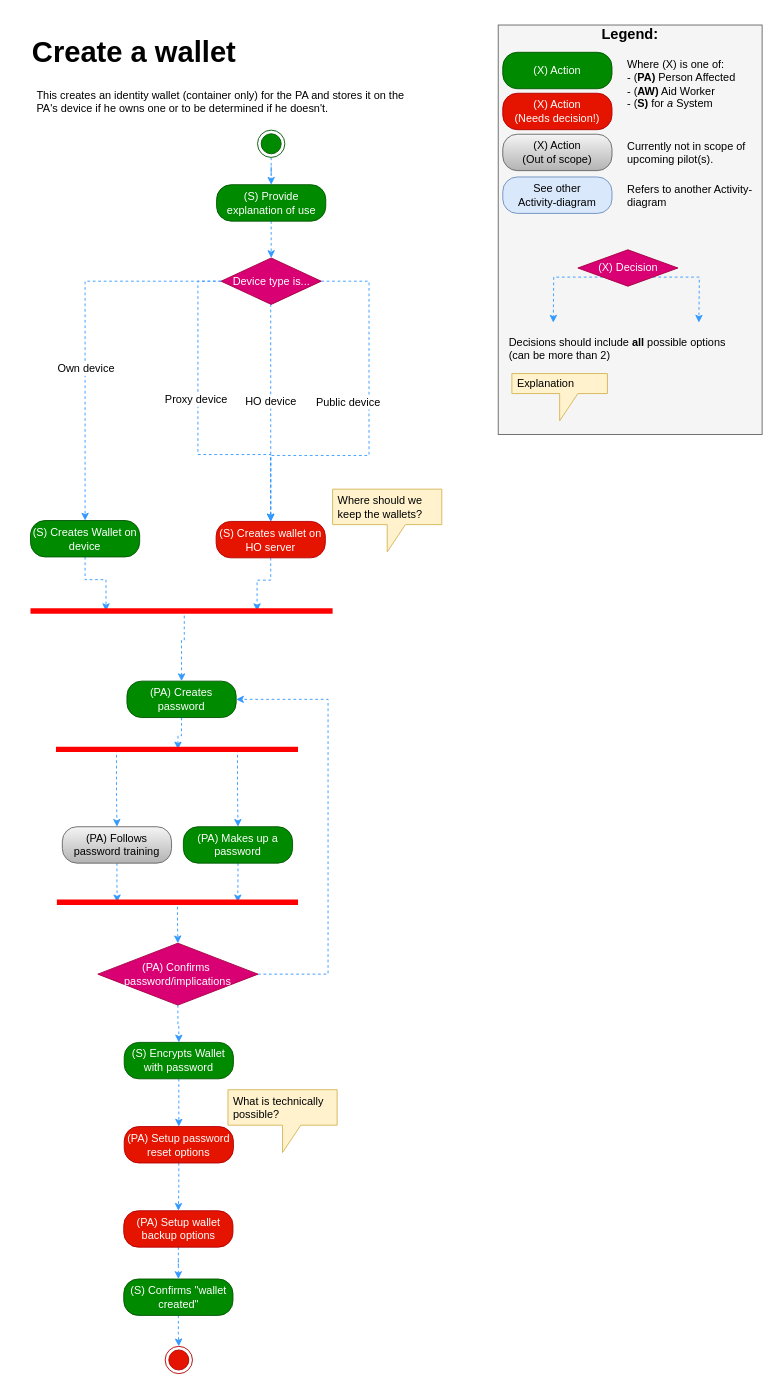
This is Activity Diagrams/Create a wallet activity.drawio from nsward/diagrams, a draw.io file, before an edit. Source tidied: cells renumbered, new cells numbered last; positions are measured from the earlier drawing's top-left corner, leaving out a move shared by most shapes. Both pictures are drawn from the tidied source at 91%, with x=0, y=0 at pixel (15, 15).
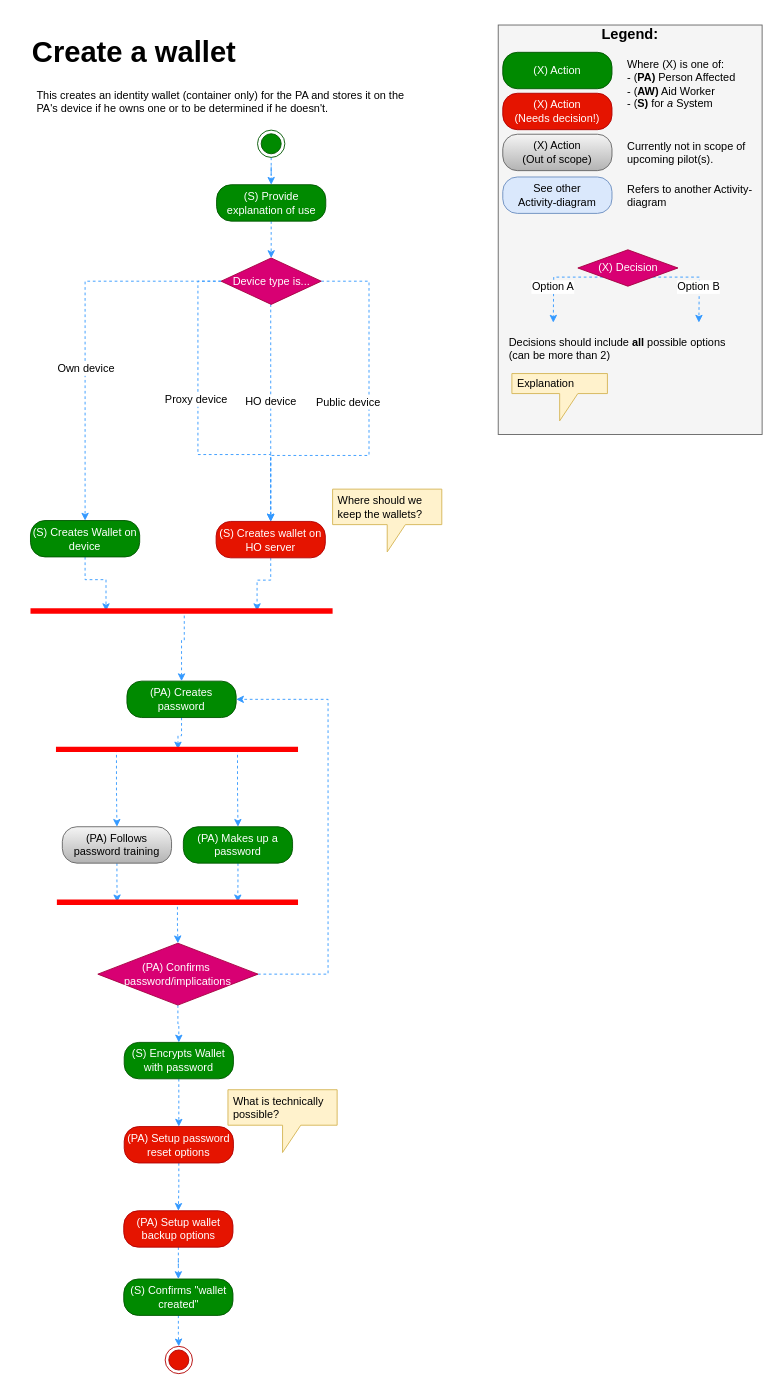
Above is the later version.

Commit message:
Add missing labels in legend

Unchanged cells that the change refers to:
```xml
<mxCell id="44" style="edgeStyle=orthogonalEdgeStyle;rounded=0;jettySize=auto;html=1;dashed=1;strokeColor=#3399FF;exitX=0;exitY=1;exitDx=0;exitDy=0;" parent="1" edge="1" source="46">
  <mxGeometry relative="1" as="geometry">
    <mxPoint x="590.5" y="337" as="targetPoint" />
  </mxGeometry>
</mxCell>
<mxCell id="45" style="edgeStyle=orthogonalEdgeStyle;rounded=0;jettySize=auto;html=1;exitX=1;exitY=1;exitDx=0;exitDy=0;dashed=1;strokeColor=#3399FF;" parent="1" edge="1" source="46">
  <mxGeometry relative="1" as="geometry">
    <mxPoint x="750.5" y="337" as="targetPoint" />
  </mxGeometry>
</mxCell>
```

The edit, as a diff of the source:
```diff
@@
+    <mxCell id="62" value="Option A" style="text;html=1;align=center;verticalAlign=middle;labelBackgroundColor=#ffffff;" parent="44" vertex="1">
+      <mxGeometry x="-0.04" y="2" relative="1" as="geometry">
+        <mxPoint x="-6" y="8" as="offset" />
+      </mxGeometry>
+    </mxCell>
@@
+    <mxCell id="63" value="Option B&lt;br&gt;" style="text;html=1;align=center;verticalAlign=middle;labelBackgroundColor=#ffffff;" parent="45" vertex="1">
+      <mxGeometry x="-0.21" y="-1" relative="1" as="geometry">
+        <mxPoint x="9" y="9" as="offset" />
+      </mxGeometry>
+    </mxCell>
```
